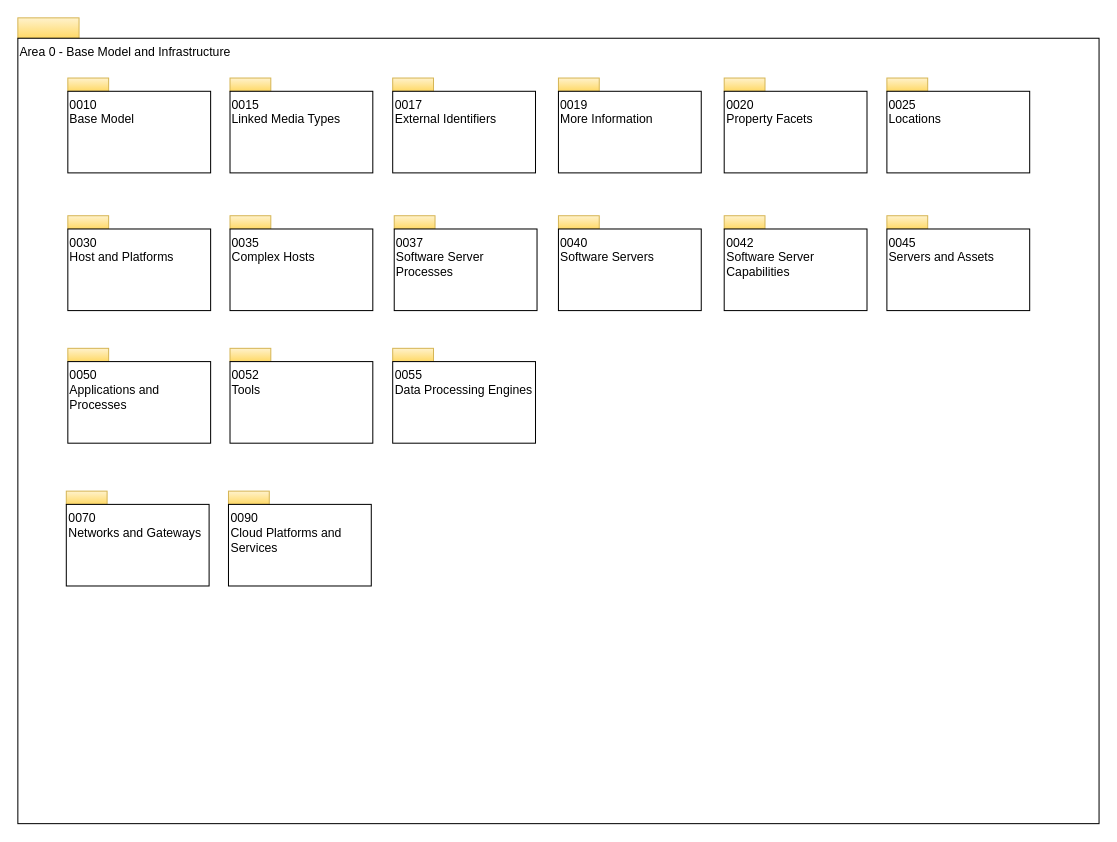
This is page "Overview" (1 of 18) of open-metadata-publication/website/open-metadata-types/area-0-basic-types-and-infrastructure.drawio from planetf1/egeria, a draw.io file, before an edit. Source tidied: cells renumbered, new cells numbered last; positions are measured from the earlier drawing's top-left corner, leaving out a move shared by most shapes. Both pictures are drawn from the tidied source at 102%, with x=0, y=0 at pixel (17, 17).
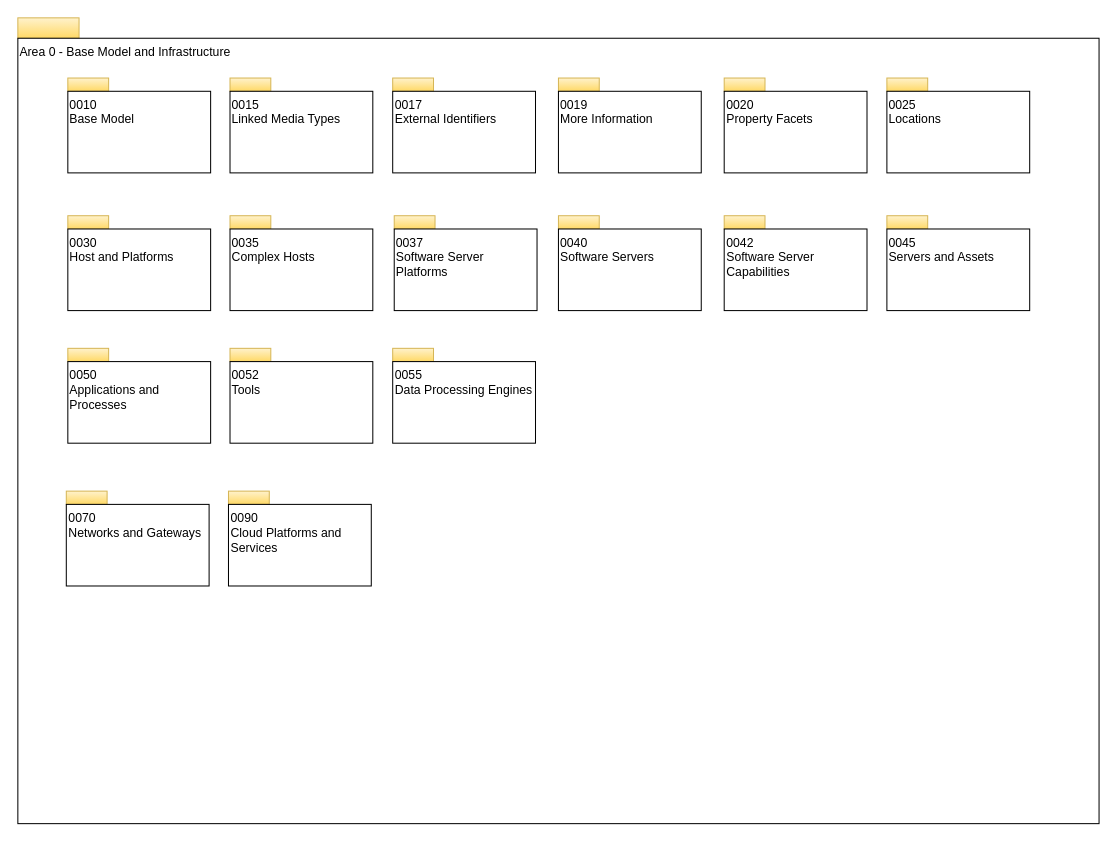
The same page after the edit.

Change to the diagram source:
```diff
@@
-    <mxCell id="33" value="0037&lt;br&gt;Software Server Processes&lt;br&gt;" style="rounded=0;whiteSpace=wrap;html=1;align=left;verticalAlign=top;" parent="1" vertex="1">
+    <mxCell id="33" value="0037&lt;br&gt;Software Server Platforms" style="rounded=0;whiteSpace=wrap;html=1;align=left;verticalAlign=top;" parent="1" vertex="1">
       <mxGeometry x="369" y="207" width="140" height="80" as="geometry" />
     </mxCell>
```
